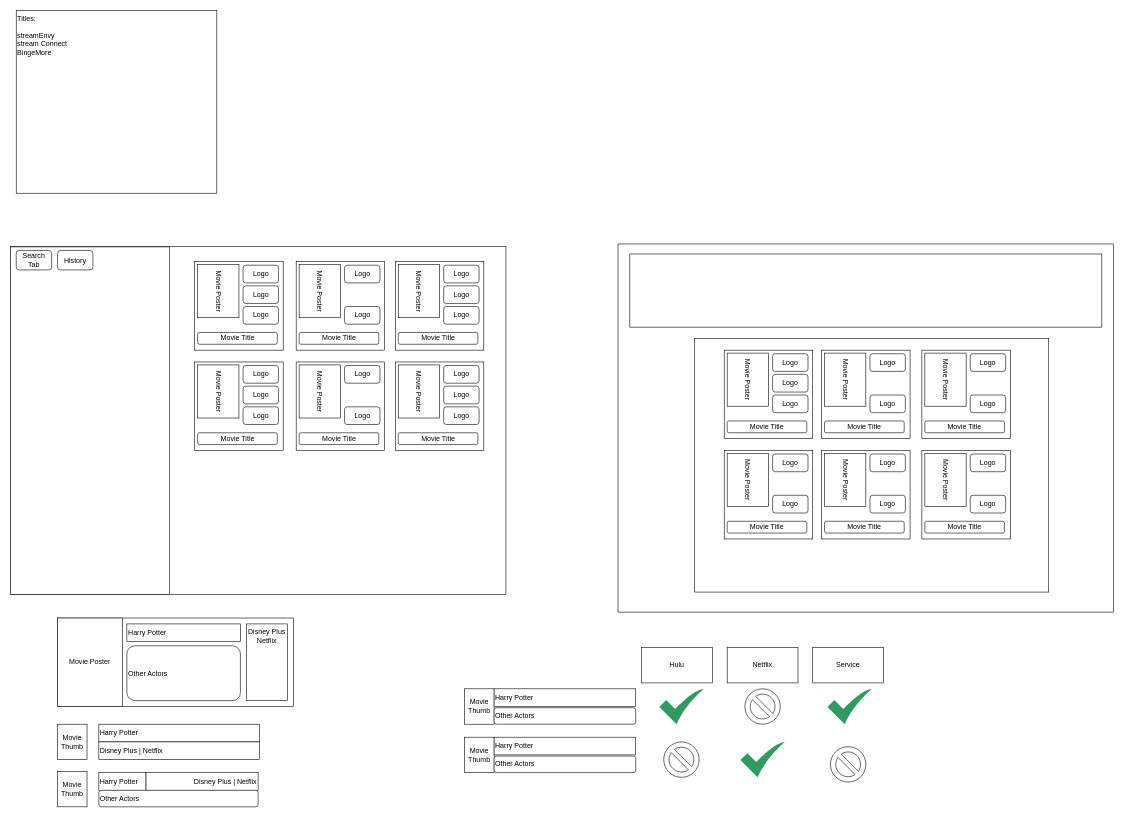
Before: Stream Connect.drawio in gatorhatur/stream-connect, a draw.io diagram. Source tidied: cells renumbered, new cells numbered last; positions are measured from the earlier drawing's top-left corner, leaving out a move shared by most shapes. Both pictures are drawn from the tidied source at 59%, with x=0, y=0 at pixel (10, 10).
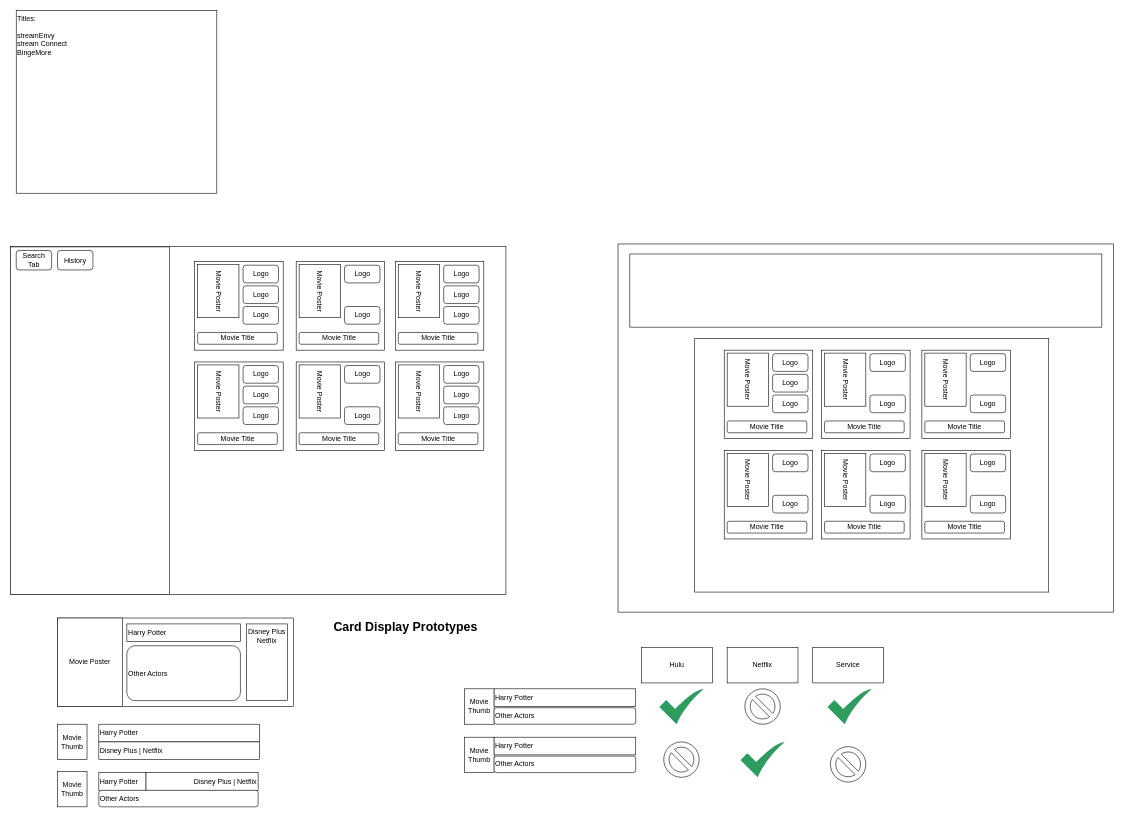
The same diagram, later.

Commit message:
added labels for designs

What changed in the source:
```diff
@@
+    <mxCell id="102" value="Card Display Prototypes" style="text;html=1;strokeColor=none;fillColor=none;align=center;verticalAlign=middle;whiteSpace=wrap;rounded=0;fontSize=21;fontStyle=1;" parent="1" vertex="1">
+      <mxGeometry x="540" y="1010" width="260" height="70" as="geometry" />
+    </mxCell>
```
